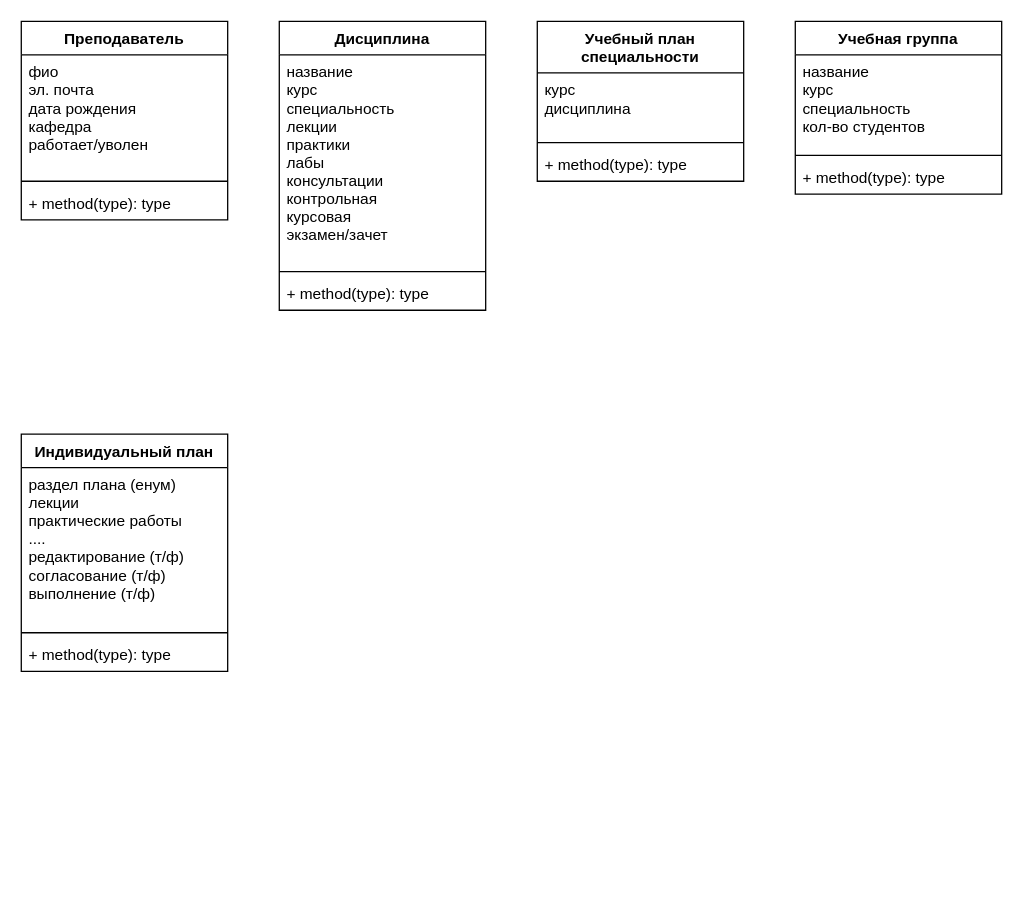
The draw.io diagram university.drawio in Nick-BNV/university, before the edit. Source tidied: cells renumbered, new cells numbered last; positions are measured from the earlier drawing's top-left corner, leaving out a move shared by most shapes. Both pictures are drawn from the tidied source at 129%, with x=0, y=0 at pixel (21, 21).
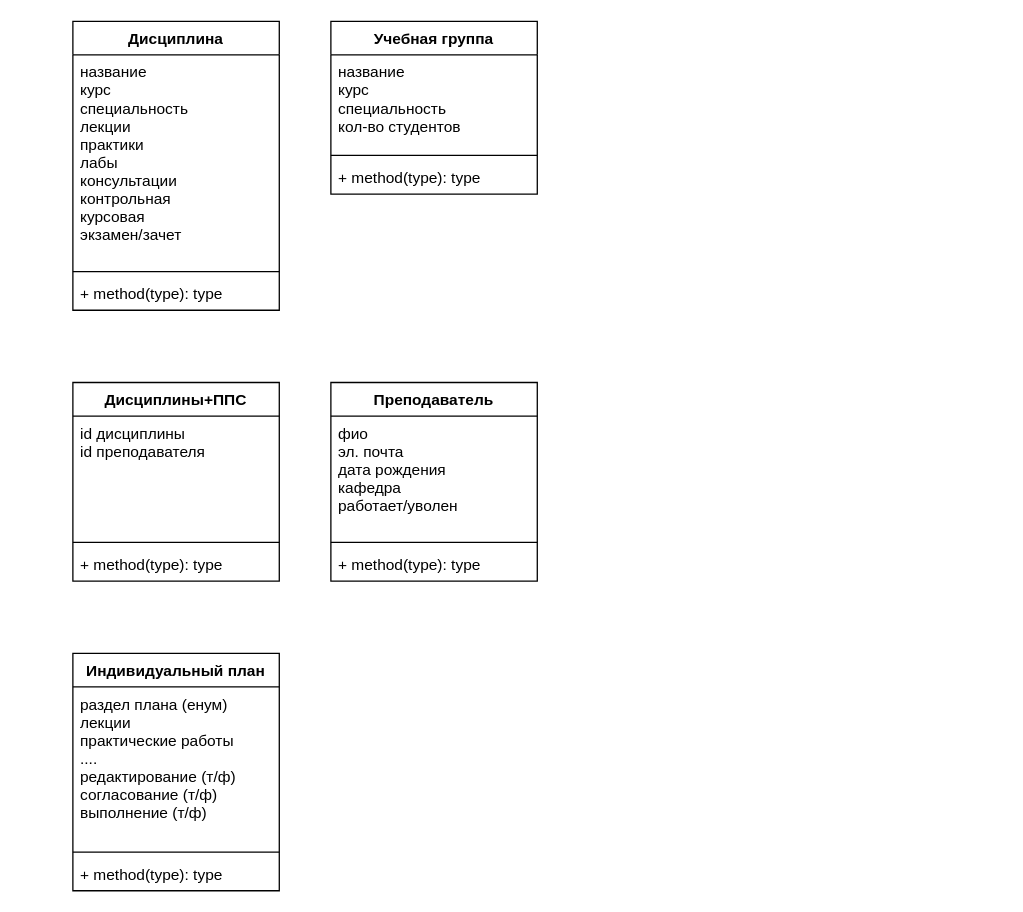
Above is the later version.

The edit, as a diff of the source:
```diff
@@
     <mxCell id="2" value="Преподаватель" style="swimlane;fontStyle=1;align=center;verticalAlign=top;horizontal=1;startSize=26;" parent="1" vertex="1">
-      <mxGeometry width="160" height="154" as="geometry" />
+      <mxGeometry x="240" y="280" width="160" height="154" as="geometry" />
     </mxCell>
@@
     <mxCell id="6" value="Дисциплина" style="swimlane;fontStyle=1;align=center;verticalAlign=top;horizontal=1;startSize=26;" parent="1" vertex="1">
-      <mxGeometry x="200" width="160" height="224" as="geometry" />
+      <mxGeometry x="40" width="160" height="224" as="geometry" />
     </mxCell>
@@
     <mxCell id="10" value="Учебная группа" style="swimlane;fontStyle=1;align=center;verticalAlign=top;horizontal=1;startSize=26;" parent="1" vertex="1">
-      <mxGeometry x="600" width="160" height="134" as="geometry" />
+      <mxGeometry x="240" width="160" height="134" as="geometry" />
     </mxCell>
@@
-    <mxCell id="14" value="Учебный план &#10;специальности" style="swimlane;fontStyle=1;align=center;verticalAlign=top;horizontal=1;startSize=40;" parent="1" vertex="1">
-      <mxGeometry x="400" width="160" height="124" as="geometry" />
-    </mxCell>
-    <mxCell id="15" value="курс&#10;дисциплина&#10;" style="text;strokeColor=none;fillColor=none;align=left;verticalAlign=top;spacingLeft=4;spacingRight=4;overflow=hidden;" parent="14" vertex="1">
-      <mxGeometry y="40" width="160" height="50" as="geometry" />
-    </mxCell>
-    <mxCell id="16" style="line;strokeWidth=1;fillColor=none;align=left;verticalAlign=middle;spacingTop=-1;spacingLeft=3;spacingRight=3;labelPosition=right;" parent="14" vertex="1">
-      <mxGeometry y="90" width="160" height="8" as="geometry" />
-    </mxCell>
-    <mxCell id="17" value="+ method(type): type" style="text;strokeColor=none;fillColor=none;align=left;verticalAlign=top;spacingLeft=4;spacingRight=4;overflow=hidden;" parent="14" vertex="1">
-      <mxGeometry y="98" width="160" height="26" as="geometry" />
-    </mxCell>
     <mxCell id="18" value="Индивидуальный план" style="swimlane;fontStyle=1;align=center;verticalAlign=top;horizontal=1;startSize=26;" parent="1" vertex="1">
-      <mxGeometry y="320" width="160" height="184" as="geometry" />
+      <mxGeometry x="40" y="490" width="160" height="184" as="geometry" />
     </mxCell>
@@
+    <mxCell id="22" value="Дисциплины+ППС" style="swimlane;fontStyle=1;align=center;verticalAlign=top;horizontal=1;startSize=26;" parent="1" vertex="1">
+      <mxGeometry x="40" y="280" width="160" height="154" as="geometry" />
+    </mxCell>
+    <mxCell id="23" value="id дисциплины&#10;id преподавателя&#10;&#10;" style="text;strokeColor=none;fillColor=none;align=left;verticalAlign=top;spacingLeft=4;spacingRight=4;overflow=hidden;" parent="22" vertex="1">
+      <mxGeometry y="26" width="160" height="94" as="geometry" />
+    </mxCell>
+    <mxCell id="24" style="line;strokeWidth=1;fillColor=none;align=left;verticalAlign=middle;spacingTop=-1;spacingLeft=3;spacingRight=3;labelPosition=right;" parent="22" vertex="1">
+      <mxGeometry y="120" width="160" height="8" as="geometry" />
+    </mxCell>
+    <mxCell id="17" value="+ method(type): type" style="text;strokeColor=none;fillColor=none;align=left;verticalAlign=top;spacingLeft=4;spacingRight=4;overflow=hidden;" parent="22" vertex="1">
+      <mxGeometry y="128" width="160" height="26" as="geometry" />
+    </mxCell>
```
